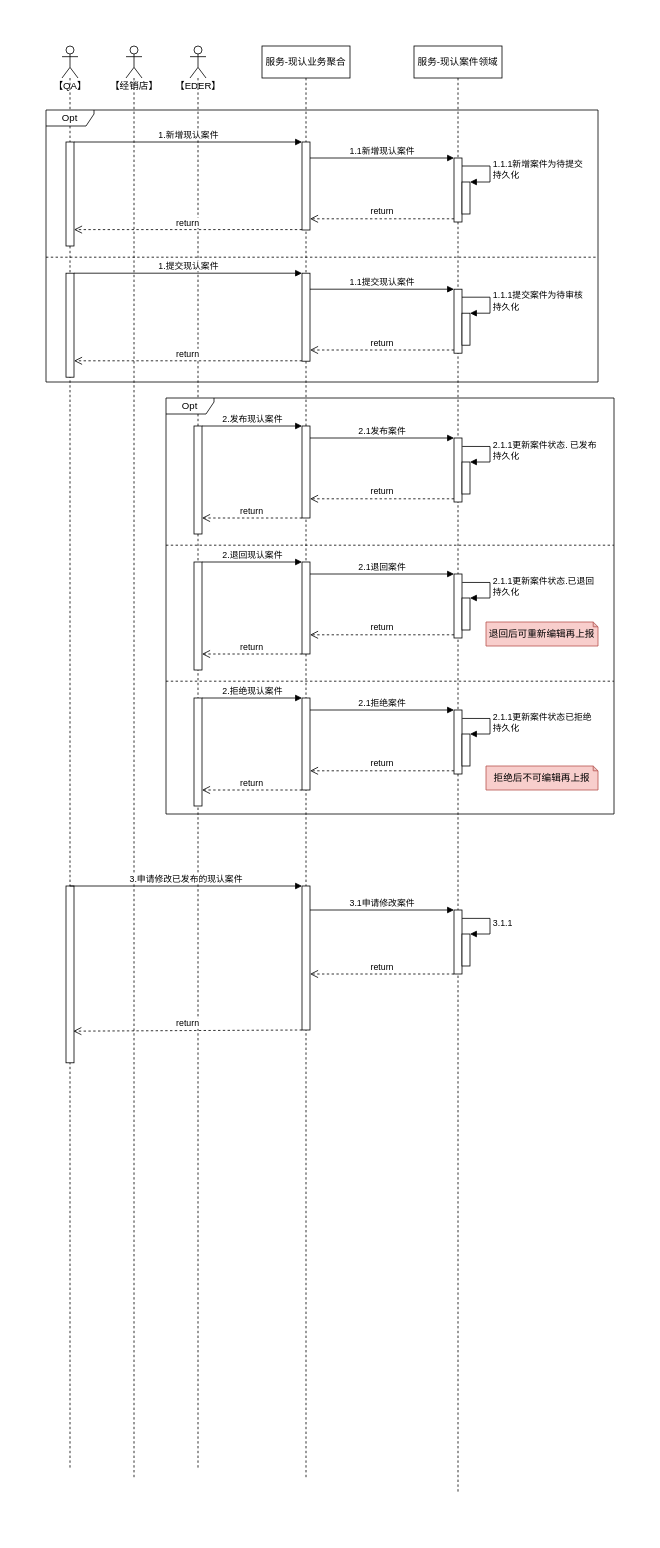
This is page "现认案件-时序" (7 of 21) of images/支援案件时序图.drawio from 1132489442/designer, a draw.io file, before an edit. Source tidied: cells renumbered, new cells numbered last; positions are measured from the earlier drawing's top-left corner, leaving out a move shared by most shapes. Both pictures are drawn from the tidied source at 80%, with x=0, y=0 at pixel (46, 46).
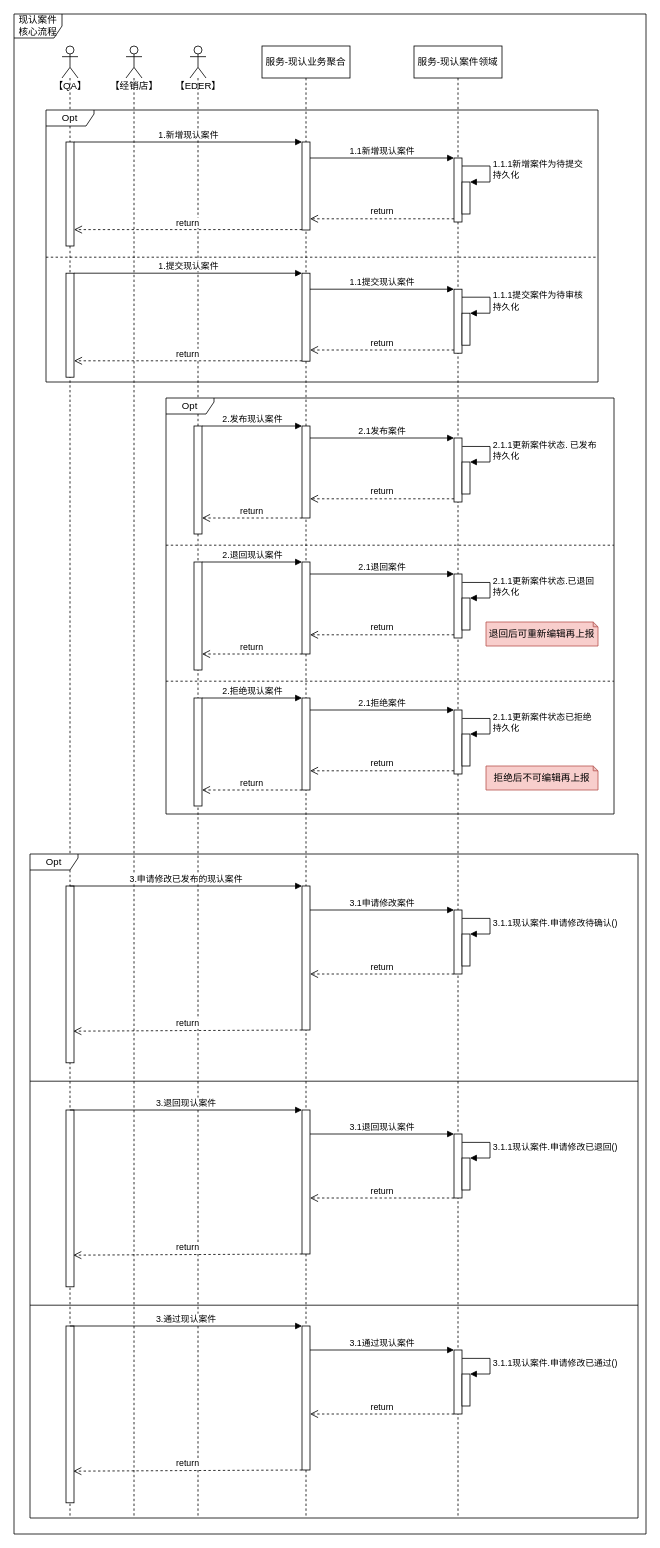
Above is the later version.

The change refers to these unchanged cells:
```xml
<mxCell id="22" style="html=1;points=[];perimeter=orthogonalPerimeter;fillColor=#FFFFFF;" parent="15" vertex="1">
  <mxGeometry x="50" y="1080" width="10" height="80" as="geometry" />
</mxCell>
<mxCell id="23" style="html=1;points=[];perimeter=orthogonalPerimeter;fillColor=#FFFFFF;" parent="15" vertex="1">
  <mxGeometry x="60" y="1110" width="10" height="40" as="geometry" />
</mxCell>
```

Change to the diagram source:
```diff
@@
     <mxCell id="2" style="shape=umlLifeline;participant=umlActor;perimeter=lifelinePerimeter;whiteSpace=wrap;html=1;verticalAlign=top;spacingTop=36;fillColor=#FFFFFF;" parent="1" vertex="1">
-      <mxGeometry x="180" width="20" height="1780" as="geometry" />
+      <mxGeometry x="180" width="20" height="1840" as="geometry" />
     </mxCell>
@@
     <mxCell id="4" style="shape=umlLifeline;participant=umlActor;perimeter=lifelinePerimeter;whiteSpace=wrap;html=1;verticalAlign=top;spacingTop=36;fillColor=#FFFFFF;" parent="1" vertex="1">
-      <mxGeometry x="100" width="20" height="1790" as="geometry" />
+      <mxGeometry x="100" width="20" height="1840" as="geometry" />
     </mxCell>
@@
     <mxCell id="6" style="shape=umlLifeline;participant=umlActor;perimeter=lifelinePerimeter;whiteSpace=wrap;html=1;verticalAlign=top;spacingTop=36;outlineConnect=0;fillColor=#FFFFFF;" parent="1" vertex="1">
-      <mxGeometry x="20" width="20" height="1780" as="geometry" />
+      <mxGeometry x="20" width="20" height="1840" as="geometry" />
     </mxCell>
@@
     <mxCell id="9" value="服务-现认业务聚合" style="shape=umlLifeline;perimeter=lifelinePerimeter;whiteSpace=wrap;html=1;fillColor=#FFFFFF;" parent="1" vertex="1">
-      <mxGeometry x="270" width="110" height="1790" as="geometry" />
+      <mxGeometry x="270" width="110" height="1840" as="geometry" />
     </mxCell>
@@
     <mxCell id="15" value="服务-现认案件领域" style="shape=umlLifeline;perimeter=lifelinePerimeter;whiteSpace=wrap;html=1;fillColor=#FFFFFF;" parent="1" vertex="1">
-      <mxGeometry x="460" width="110" height="1810" as="geometry" />
+      <mxGeometry x="460" width="110" height="1840" as="geometry" />
     </mxCell>
@@
-    <mxCell id="24" value="3.1.1" style="edgeStyle=orthogonalEdgeStyle;html=1;align=left;spacingLeft=2;endArrow=block;rounded=0;entryX=1;entryY=0;exitX=1.014;exitY=0.131;exitDx=0;exitDy=0;exitPerimeter=0;" parent="15" edge="1" source="22" target="23">
+    <mxCell id="24" value="3.1.1现认案件.申请修改待确认()" style="edgeStyle=orthogonalEdgeStyle;html=1;align=left;spacingLeft=2;endArrow=block;rounded=0;entryX=1;entryY=0;exitX=1.014;exitY=0.131;exitDx=0;exitDy=0;exitPerimeter=0;" parent="15" edge="1" source="22" target="23">
       <mxGeometry relative="1" as="geometry">
         <Array as="points">
           <mxPoint x="95" y="1091" />
           <mxPoint x="95" y="1110" />
         </Array>
       </mxGeometry>
     </mxCell>
@@
+    <mxCell id="71" style="html=1;points=[];perimeter=orthogonalPerimeter;fillColor=#FFFFFF;" parent="1" vertex="1">
+      <mxGeometry x="25" y="1330" width="10" height="221" as="geometry" />
+    </mxCell>
+    <mxCell id="72" style="html=1;points=[];perimeter=orthogonalPerimeter;fillColor=#FFFFFF;" parent="1" vertex="1">
+      <mxGeometry x="320" y="1330" width="10" height="180" as="geometry" />
+    </mxCell>
+    <mxCell id="73" style="html=1;points=[];perimeter=orthogonalPerimeter;fillColor=#FFFFFF;" parent="1" vertex="1">
+      <mxGeometry x="510" y="1360" width="10" height="80" as="geometry" />
+    </mxCell>
+    <mxCell id="74" style="html=1;points=[];perimeter=orthogonalPerimeter;fillColor=#FFFFFF;" parent="1" vertex="1">
+      <mxGeometry x="520" y="1390" width="10" height="40" as="geometry" />
+    </mxCell>
+    <mxCell id="75" value="3.1.1现认案件.申请修改已退回()" style="edgeStyle=orthogonalEdgeStyle;html=1;align=left;spacingLeft=2;endArrow=block;rounded=0;entryX=1;entryY=0;exitX=1.014;exitY=0.131;exitDx=0;exitDy=0;exitPerimeter=0;" parent="1" edge="1" source="73" target="74">
+      <mxGeometry relative="1" as="geometry">
+        <Array as="points">
+          <mxPoint x="555" y="1371" />
+          <mxPoint x="555" y="1390" />
+        </Array>
+      </mxGeometry>
+    </mxCell>
+    <mxCell id="76" value="return" style="html=1;verticalAlign=bottom;endArrow=open;dashed=1;endSize=8;exitX=0;exitY=0.95;rounded=0;entryX=0.911;entryY=0.821;entryDx=0;entryDy=0;entryPerimeter=0;" parent="1" edge="1" target="71">
+      <mxGeometry relative="1" as="geometry">
+        <mxPoint x="320" y="1510" as="sourcePoint" />
+      </mxGeometry>
+    </mxCell>
+    <mxCell id="77" value="3.1退回现认案件" style="html=1;verticalAlign=bottom;endArrow=block;entryX=0;entryY=0;rounded=0;" parent="1" edge="1" target="73">
+      <mxGeometry relative="1" as="geometry">
+        <mxPoint x="330" y="1360" as="sourcePoint" />
+      </mxGeometry>
+    </mxCell>
+    <mxCell id="78" value="return" style="html=1;verticalAlign=bottom;endArrow=open;dashed=1;endSize=8;exitX=0;exitY=0.95;rounded=0;" parent="1" edge="1">
+      <mxGeometry relative="1" as="geometry">
+        <mxPoint x="510" y="1440" as="sourcePoint" />
+        <mxPoint x="330" y="1440" as="targetPoint" />
+      </mxGeometry>
+    </mxCell>
+    <mxCell id="79" value="3.退回现认案件" style="html=1;verticalAlign=bottom;endArrow=block;entryX=0;entryY=0;rounded=0;" parent="1" edge="1" target="72">
+      <mxGeometry relative="1" as="geometry">
+        <mxPoint x="29.8" y="1330" as="sourcePoint" />
+      </mxGeometry>
+    </mxCell>
+    <mxCell id="80" style="html=1;points=[];perimeter=orthogonalPerimeter;fillColor=#FFFFFF;" parent="1" vertex="1">
+      <mxGeometry x="25" y="1600" width="10" height="221" as="geometry" />
+    </mxCell>
+    <mxCell id="81" style="html=1;points=[];perimeter=orthogonalPerimeter;fillColor=#FFFFFF;" parent="1" vertex="1">
+      <mxGeometry x="320" y="1600" width="10" height="180" as="geometry" />
+    </mxCell>
+    <mxCell id="82" style="html=1;points=[];perimeter=orthogonalPerimeter;fillColor=#FFFFFF;" parent="1" vertex="1">
+      <mxGeometry x="510" y="1630" width="10" height="80" as="geometry" />
+    </mxCell>
+    <mxCell id="83" style="html=1;points=[];perimeter=orthogonalPerimeter;fillColor=#FFFFFF;" parent="1" vertex="1">
+      <mxGeometry x="520" y="1660" width="10" height="40" as="geometry" />
+    </mxCell>
+    <mxCell id="84" value="3.1.1现认案件.申请修改已通过()" style="edgeStyle=orthogonalEdgeStyle;html=1;align=left;spacingLeft=2;endArrow=block;rounded=0;entryX=1;entryY=0;exitX=1.014;exitY=0.131;exitDx=0;exitDy=0;exitPerimeter=0;" parent="1" edge="1" source="82" target="83">
+      <mxGeometry relative="1" as="geometry">
+        <Array as="points">
+          <mxPoint x="555" y="1641" />
+          <mxPoint x="555" y="1660" />
+        </Array>
+      </mxGeometry>
+    </mxCell>
+    <mxCell id="85" value="return" style="html=1;verticalAlign=bottom;endArrow=open;dashed=1;endSize=8;exitX=0;exitY=0.95;rounded=0;entryX=0.911;entryY=0.821;entryDx=0;entryDy=0;entryPerimeter=0;" parent="1" edge="1" target="80">
+      <mxGeometry relative="1" as="geometry">
+        <mxPoint x="320" y="1780" as="sourcePoint" />
+      </mxGeometry>
+    </mxCell>
+    <mxCell id="86" value="3.1通过现认案件" style="html=1;verticalAlign=bottom;endArrow=block;entryX=0;entryY=0;rounded=0;" parent="1" edge="1" target="82">
+      <mxGeometry relative="1" as="geometry">
+        <mxPoint x="330" y="1630" as="sourcePoint" />
+      </mxGeometry>
+    </mxCell>
+    <mxCell id="87" value="return" style="html=1;verticalAlign=bottom;endArrow=open;dashed=1;endSize=8;exitX=0;exitY=0.95;rounded=0;" parent="1" edge="1">
+      <mxGeometry relative="1" as="geometry">
+        <mxPoint x="510" y="1710" as="sourcePoint" />
+        <mxPoint x="330" y="1710" as="targetPoint" />
+      </mxGeometry>
+    </mxCell>
+    <mxCell id="88" value="3.通过现认案件" style="html=1;verticalAlign=bottom;endArrow=block;entryX=0;entryY=0;rounded=0;" parent="1" edge="1" target="81">
+      <mxGeometry relative="1" as="geometry">
+        <mxPoint x="29.8" y="1600" as="sourcePoint" />
+      </mxGeometry>
+    </mxCell>
+    <mxCell id="89" value="Opt" style="shape=umlFrame;whiteSpace=wrap;html=1;fillColor=#FFFFFF;width=60;height=20;" parent="1" vertex="1">
+      <mxGeometry x="-20" y="1010" width="760" height="830" as="geometry" />
+    </mxCell>
+    <mxCell id="90" style="line;strokeWidth=1;fillColor=none;align=left;verticalAlign=middle;spacingTop=-1;spacingLeft=3;spacingRight=3;labelPosition=right;" parent="1" vertex="1">
+      <mxGeometry x="-20" y="1290" width="760" height="8" as="geometry" />
+    </mxCell>
+    <mxCell id="91" style="line;strokeWidth=1;fillColor=none;align=left;verticalAlign=middle;spacingTop=-1;spacingLeft=3;spacingRight=3;labelPosition=right;" parent="1" vertex="1">
+      <mxGeometry x="-20" y="1570" width="760" height="8" as="geometry" />
+    </mxCell>
+    <mxCell id="92" value="现认案件核心流程" style="shape=umlFrame;whiteSpace=wrap;html=1;fillColor=#FFFFFF;" parent="1" vertex="1">
+      <mxGeometry x="-40" y="-40" width="790" height="1900" as="geometry" />
+    </mxCell>
```
